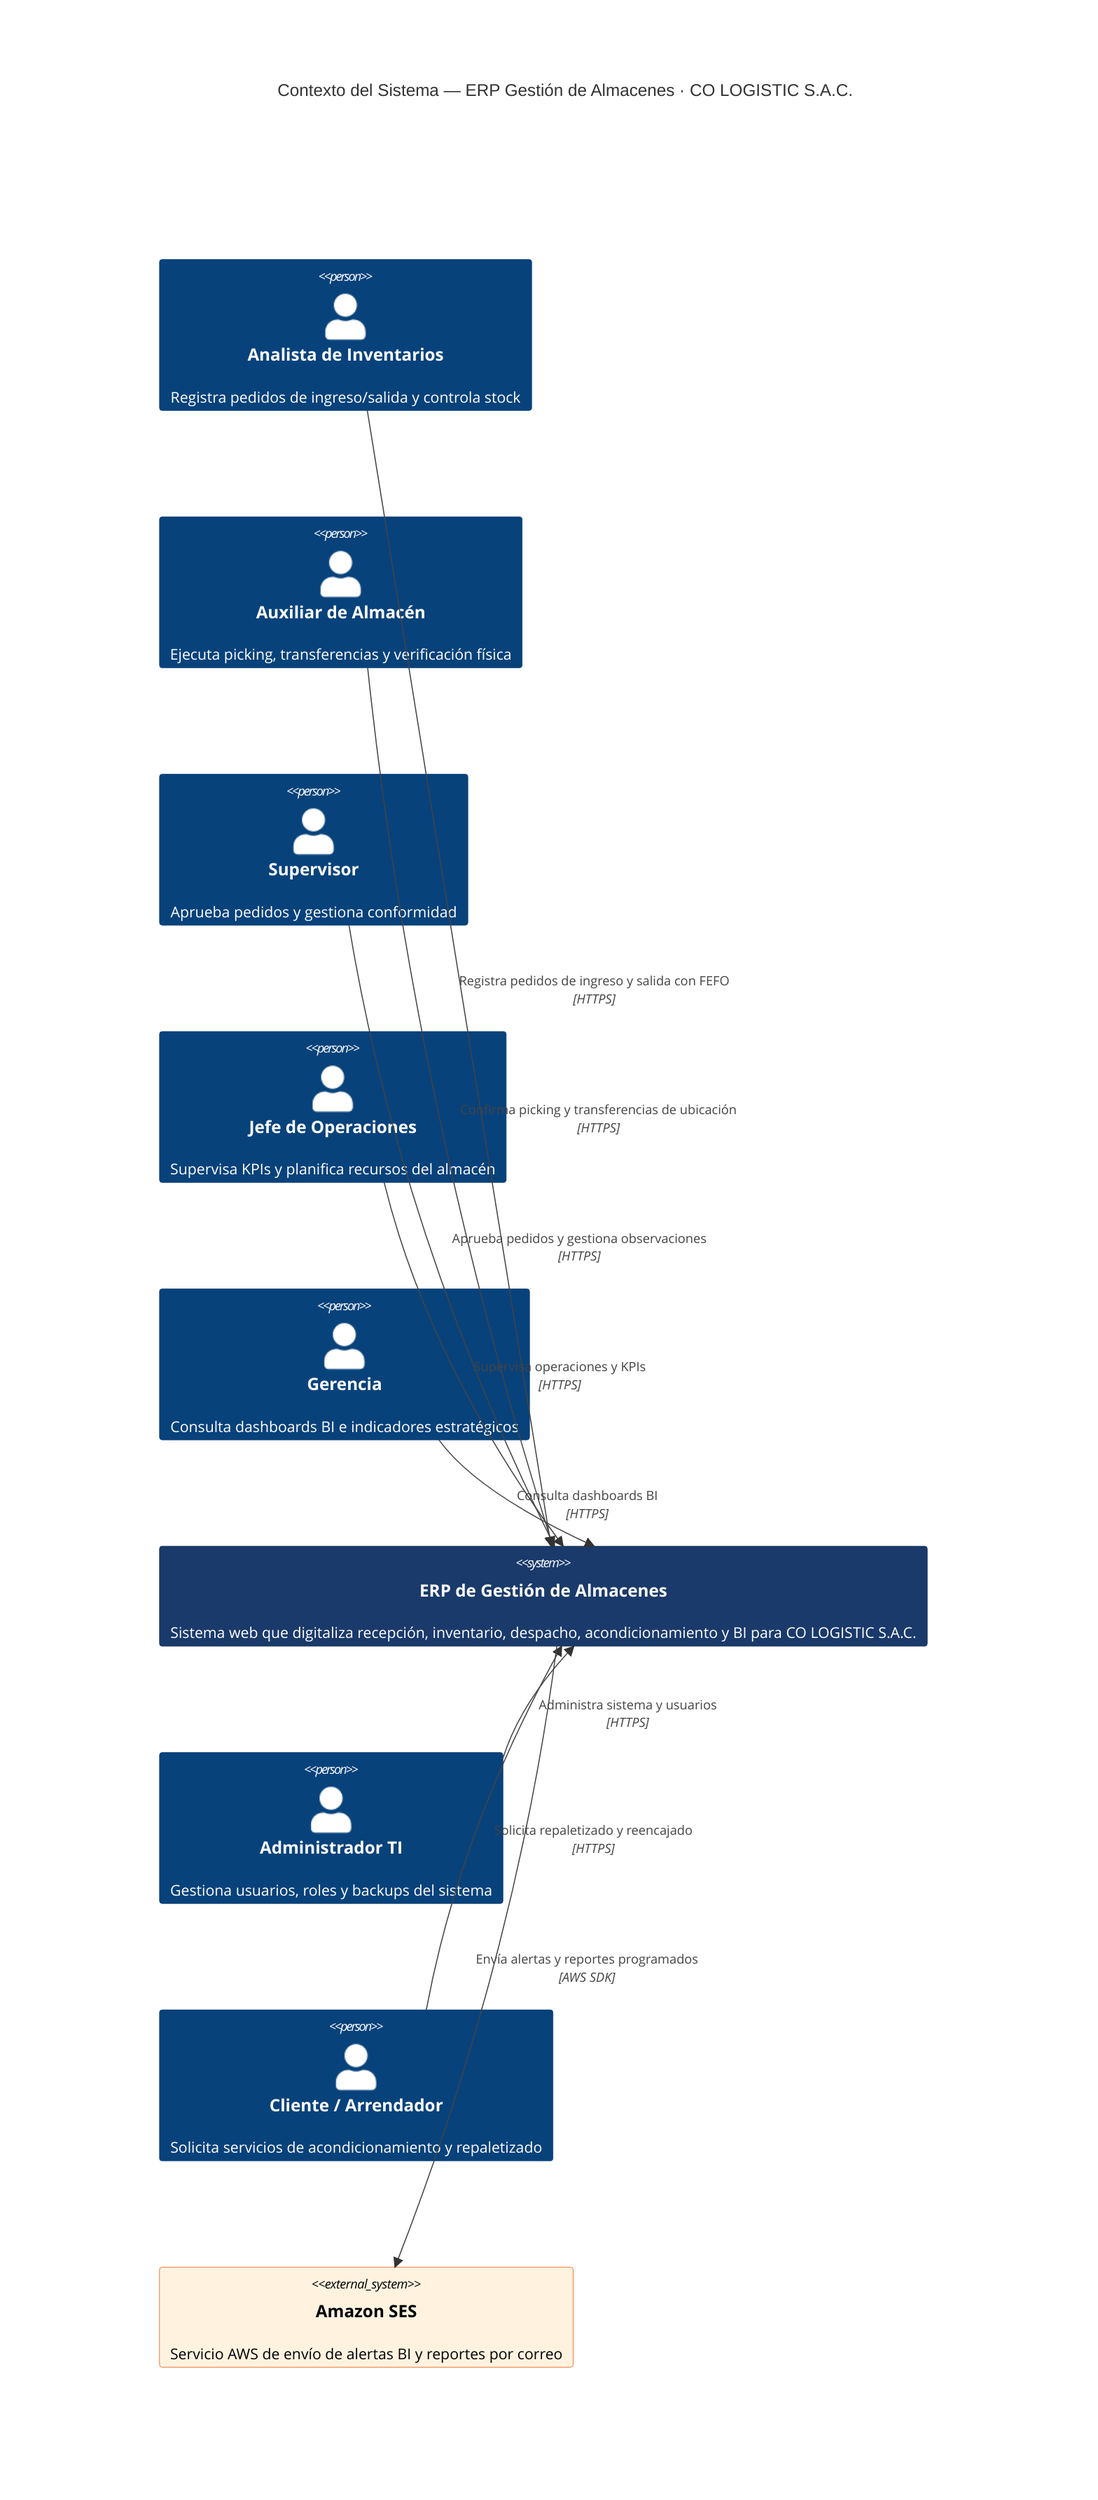
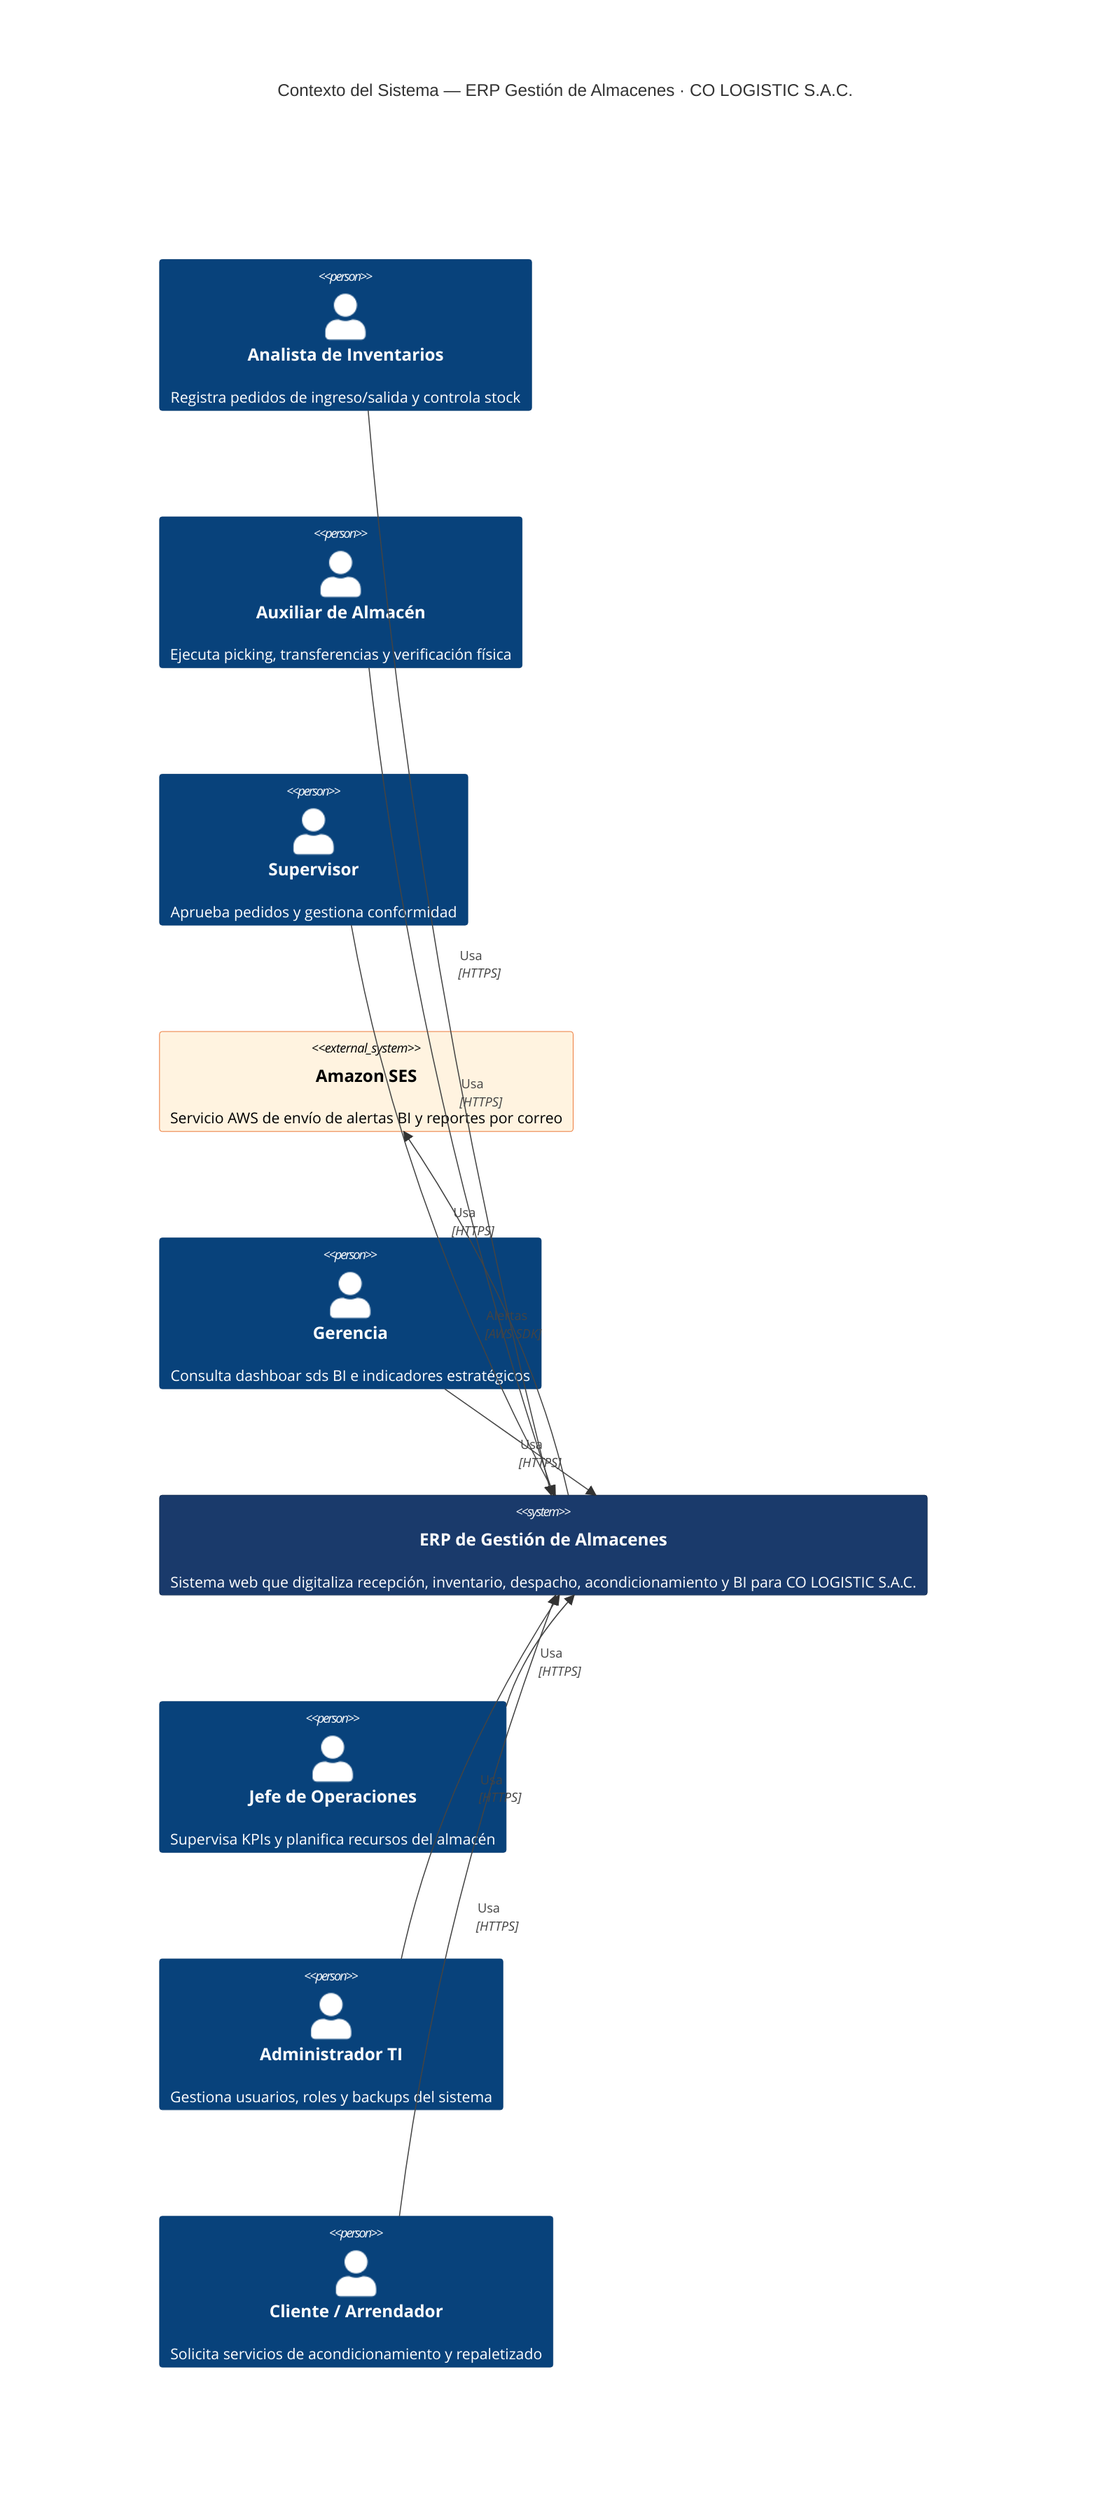
C4Context
    title Contexto del Sistema — ERP Gestión de Almacenes · CO LOGISTIC S.A.C.

    Person(analista, "Analista de Inventarios", "Registra pedidos de ingreso/salida y controla stock")
    Person(auxiliar, "Auxiliar de Almacén", "Ejecuta picking, transferencias y verificación física")
    Person(supervisor, "Supervisor", "Aprueba pedidos y gestiona conformidad")
+     System_Ext(aws_ses, "Amazon SES", "Servicio AWS de envío de alertas BI y reportes por correo")
+     Person(gerencia, "Gerencia", "Consulta dashboar sds BI e indicadores estratégicos")
+     System(erp, "ERP de Gestión de Almacenes", "Sistema web que digitaliza recepción, inventario, despacho, acondicionamiento y BI para CO LOGISTIC S.A.C.")
    Person(jefe, "Jefe de Operaciones", "Supervisa KPIs y planifica recursos del almacén")
-     Person(gerencia, "Gerencia", "Consulta dashboards BI e indicadores estratégicos")
-     System(erp, "ERP de Gestión de Almacenes", "Sistema web que digitaliza recepción, inventario, despacho, acondicionamiento y BI para CO LOGISTIC S.A.C.")
    Person(admin_ti, "Administrador TI", "Gestiona usuarios, roles y backups del sistema")
    Person(cliente, "Cliente / Arrendador", "Solicita servicios de acondicionamiento y repaletizado")


-     System_Ext(aws_ses, "Amazon SES", "Servicio AWS de envío de alertas BI y reportes por correo")

-     Rel(analista, erp, "Registra pedidos de ingreso y salida con FEFO", "HTTPS")
-     Rel(auxiliar, erp, "Confirma picking y transferencias de ubicación", "HTTPS")
-     Rel(supervisor, erp, "Aprueba pedidos y gestiona observaciones", "HTTPS")
-     Rel(jefe, erp, "Supervisa operaciones y KPIs", "HTTPS")
-     Rel(gerencia, erp, "Consulta dashboards BI", "HTTPS")
-     Rel(admin_ti, erp, "Administra sistema y usuarios", "HTTPS")
-     Rel(cliente, erp, "Solicita repaletizado y reencajado", "HTTPS")
-     Rel(erp, aws_ses, "Envía alertas y reportes programados", "AWS SDK")
+     Rel(gerencia, erp, "Usa", "HTTPS")
+     Rel(analista, erp, "Usa", "HTTPS")
+     Rel(auxiliar, erp, "Usa", "HTTPS")
+     Rel(supervisor, erp, "Usa", "HTTPS")
+     Rel(jefe, erp, "Usa", "HTTPS")
+     Rel(admin_ti, erp, "Usa", "HTTPS")
+     Rel(cliente, erp, "Usa", "HTTPS")
+     Rel(erp, aws_ses, "Alertas", "AWS SDK")

    UpdateElementStyle(erp, $fontColor="white", $bgColor="#1A3A6B", $borderColor="#0d2447")
    UpdateElementStyle(aws_ses, $fontColor="black", $bgColor="#fff3e0", $borderColor="#e65100")
-     UpdateLayoutConfig($c4ShapeInRow="5", $c4BoundaryInRow="5")
+     UpdateLayoutConfig($c4ShapeInRow="10", $c4BoundaryInRow="10")
